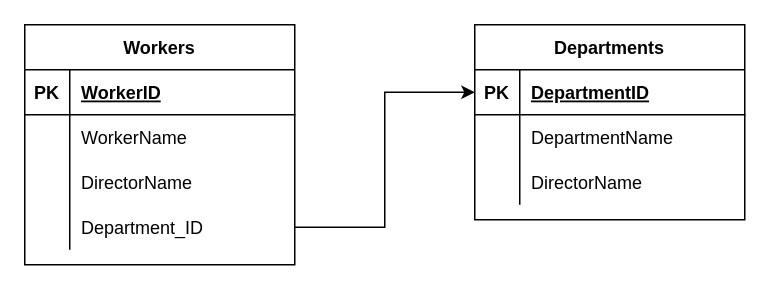
Above: Diagramm2.1.Workers.drawio in grekerrr/WorkingPostgreSQL.CreatingDatabase (draw.io), before the change. Source tidied: cells renumbered, new cells numbered last; positions are measured from the earlier drawing's top-left corner, leaving out a move shared by most shapes. Both pictures are drawn from the tidied source at 150%, with x=0, y=0 at pixel (24, 24).
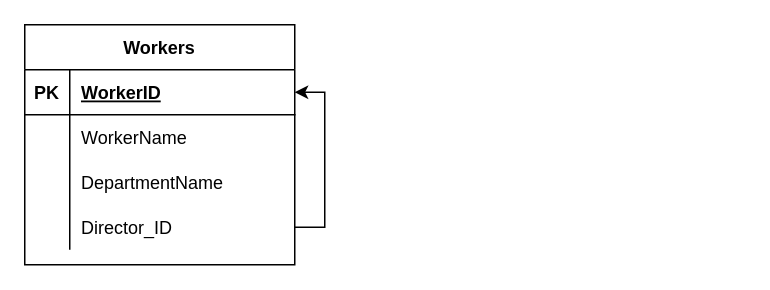
After the change.

The change refers to these unchanged cells:
```xml
<mxCell id="2" value="Workers" style="shape=table;startSize=30;childLayout=tableLayout;rowLines=0;fontStyle=1;align=center;" parent="1" vertex="1">
  <mxGeometry width="180" height="160" as="geometry" />
</mxCell>
<mxCell id="3" style="shape=tableRow;horizontal=0;startSize=0;swimlaneHead=0;swimlaneBody=0;fillColor=none;points=[[0,0.5],[1,0.5]];portConstraint=eastwest;top=0;left=0;right=0;bottom=1;" parent="2" vertex="1">
  <mxGeometry y="30" width="180" height="30" as="geometry" />
</mxCell>
```

Diff of the diagram source:
```diff
@@
-    <mxCell id="9" style="shape=tableRow;horizontal=0;startSize=0;swimlaneHead=0;swimlaneBody=0;fillColor=none;top=0;left=0;right=0;bottom=0;" parent="2" vertex="1">
-      <mxGeometry y="90" width="180" height="30" as="geometry" />
-    </mxCell>
-    <mxCell id="10" style="shape=partialRectangle;fillColor=none;top=0;left=0;bottom=0;right=0;overflow=hidden;" parent="9" vertex="1">
-      <mxGeometry width="30" height="30" as="geometry" />
-    </mxCell>
-    <mxCell id="11" value="DirectorName" style="shape=partialRectangle;fillColor=none;top=0;left=0;bottom=0;right=0;align=left;spacingLeft=6;overflow=hidden;" parent="9" vertex="1">
-      <mxGeometry x="30" width="150" height="30" as="geometry" />
-    </mxCell>
     <mxCell id="12" style="shape=tableRow;horizontal=0;startSize=0;swimlaneHead=0;swimlaneBody=0;fillColor=none;points=[[0,0.5],[1,0.5]];portConstraint=eastwest;top=0;left=0;right=0;bottom=0;" parent="2" vertex="1">
-      <mxGeometry y="120" width="180" height="30" as="geometry" />
+      <mxGeometry y="90" width="180" height="30" as="geometry" />
     </mxCell>
@@
-    <mxCell id="14" value="Department_ID" style="shape=partialRectangle;fillColor=none;top=0;left=0;bottom=0;right=0;align=left;spacingLeft=6;overflow=hidden;" parent="12" vertex="1">
+    <mxCell id="14" value="DepartmentName" style="shape=partialRectangle;fillColor=none;top=0;left=0;bottom=0;right=0;align=left;spacingLeft=6;overflow=hidden;" parent="12" vertex="1">
       <mxGeometry x="30" width="150" height="30" as="geometry" />
     </mxCell>
-    <mxCell id="15" value="Departments" style="shape=table;startSize=30;childLayout=tableLayout;rowLines=0;fontStyle=1;align=center;" parent="1" vertex="1">
-      <mxGeometry x="300" width="180" height="130" as="geometry" />
-    </mxCell>
-    <mxCell id="16" style="shape=tableRow;horizontal=0;startSize=0;swimlaneHead=0;swimlaneBody=0;fillColor=none;points=[[0,0.5],[1,0.5]];portConstraint=eastwest;top=0;left=0;right=0;bottom=1;" parent="15" vertex="1">
-      <mxGeometry y="30" width="180" height="30" as="geometry" />
-    </mxCell>
-    <mxCell id="17" value="PK" style="shape=partialRectangle;fillColor=none;top=0;left=0;bottom=0;right=0;fontStyle=1;overflow=hidden;" parent="16" vertex="1">
-      <mxGeometry width="30" height="30" as="geometry" />
-    </mxCell>
-    <mxCell id="18" value="DepartmentID" style="shape=partialRectangle;fillColor=none;top=0;left=0;bottom=0;right=0;align=left;spacingLeft=6;fontStyle=5;overflow=hidden;" parent="16" vertex="1">
-      <mxGeometry x="30" width="150" height="30" as="geometry" />
-    </mxCell>
-    <mxCell id="19" style="shape=tableRow;horizontal=0;startSize=0;swimlaneHead=0;swimlaneBody=0;fillColor=none;top=0;left=0;right=0;bottom=0;" parent="15" vertex="1">
-      <mxGeometry y="60" width="180" height="30" as="geometry" />
-    </mxCell>
-    <mxCell id="20" style="shape=partialRectangle;fillColor=none;top=0;left=0;bottom=0;right=0;overflow=hidden;" parent="19" vertex="1">
-      <mxGeometry width="30" height="30" as="geometry" />
-    </mxCell>
-    <mxCell id="21" value="DepartmentName" style="shape=partialRectangle;fillColor=none;top=0;left=0;bottom=0;right=0;align=left;spacingLeft=6;overflow=hidden;" parent="19" vertex="1">
-      <mxGeometry x="30" width="150" height="30" as="geometry" />
-    </mxCell>
-    <mxCell id="22" style="shape=tableRow;horizontal=0;startSize=0;swimlaneHead=0;swimlaneBody=0;fillColor=none;top=0;left=0;right=0;bottom=0;" parent="15" vertex="1">
-      <mxGeometry y="90" width="180" height="30" as="geometry" />
-    </mxCell>
-    <mxCell id="23" style="shape=partialRectangle;fillColor=none;top=0;left=0;bottom=0;right=0;overflow=hidden;" parent="22" vertex="1">
-      <mxGeometry width="30" height="30" as="geometry" />
-    </mxCell>
-    <mxCell id="24" value="DirectorName" style="shape=partialRectangle;fillColor=none;top=0;left=0;bottom=0;right=0;align=left;spacingLeft=6;overflow=hidden;" parent="22" vertex="1">
-      <mxGeometry x="30" width="150" height="30" as="geometry" />
-    </mxCell>
-    <mxCell id="25" style="edgeStyle=orthogonalEdgeStyle;rounded=0;jettySize=auto;html=1;" parent="1" edge="1" source="12" target="16">
-      <mxGeometry relative="1" as="geometry" />
-    </mxCell>
+    <mxCell id="26" style="edgeStyle=orthogonalEdgeStyle;rounded=0;jettySize=auto;html=1;" parent="2" edge="1" source="27" target="3">
+      <mxGeometry relative="1" as="geometry">
+        <Array as="points">
+          <mxPoint x="200" y="135" />
+          <mxPoint x="200" y="45" />
+        </Array>
+      </mxGeometry>
+    </mxCell>
+    <mxCell id="27" style="shape=tableRow;horizontal=0;startSize=0;swimlaneHead=0;swimlaneBody=0;fillColor=none;points=[[0,0.5],[1,0.5]];portConstraint=eastwest;top=0;left=0;right=0;bottom=0;" parent="2" vertex="1">
+      <mxGeometry y="120" width="180" height="30" as="geometry" />
+    </mxCell>
+    <mxCell id="28" style="shape=partialRectangle;fillColor=none;top=0;left=0;bottom=0;right=0;overflow=hidden;" parent="27" vertex="1">
+      <mxGeometry width="30" height="30" as="geometry" />
+    </mxCell>
+    <mxCell id="29" value="Director_ID" style="shape=partialRectangle;fillColor=none;top=0;left=0;bottom=0;right=0;align=left;spacingLeft=6;overflow=hidden;" parent="27" vertex="1">
+      <mxGeometry x="30" width="150" height="30" as="geometry" />
+    </mxCell>
```
